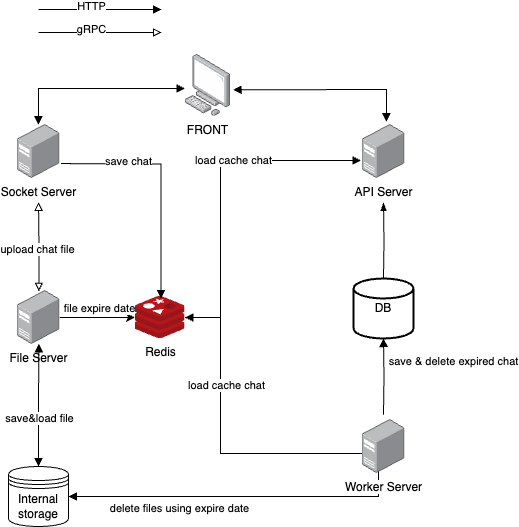
The draw.io diagram readme_assets/system_architecture.png in 0vollov0/chatting-server, before a commit. Source tidied: cells renumbered, new cells last; positions are measured from the earlier drawing's top-left corner, leaving out a move shared by most shapes.
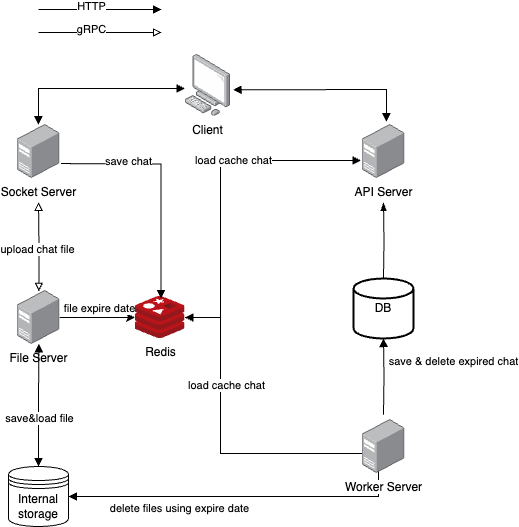
The same file after the commit.

Change to the diagram source:
```diff
@@ -119,7 +119,7 @@
     <mxCell id="23" value="gRPC" style="edgeLabel;html=1;align=center;verticalAlign=middle;" parent="22" vertex="1">
       <mxGeometry x="-0.14" y="3" relative="1" as="geometry" />
     </mxCell>
-    <mxCell id="24" value="FRONT" style="image;points=[];html=1;align=center;shadow=0;dashed=0;image=img/lib/allied_telesis/computer_and_terminals/Personal_Computer.svg;" parent="1" vertex="1">
+    <mxCell id="24" value="Client" style="image;points=[];html=1;align=center;shadow=0;dashed=0;image=img/lib/allied_telesis/computer_and_terminals/Personal_Computer.svg;" parent="1" vertex="1">
       <mxGeometry x="176.5" y="45" width="45.6" height="61.8" as="geometry" />
     </mxCell>
     <mxCell id="25" style="edgeStyle=orthogonalEdgeStyle;rounded=0;jettySize=auto;html=1;" parent="1" edge="1" source="27" target="4">
```
